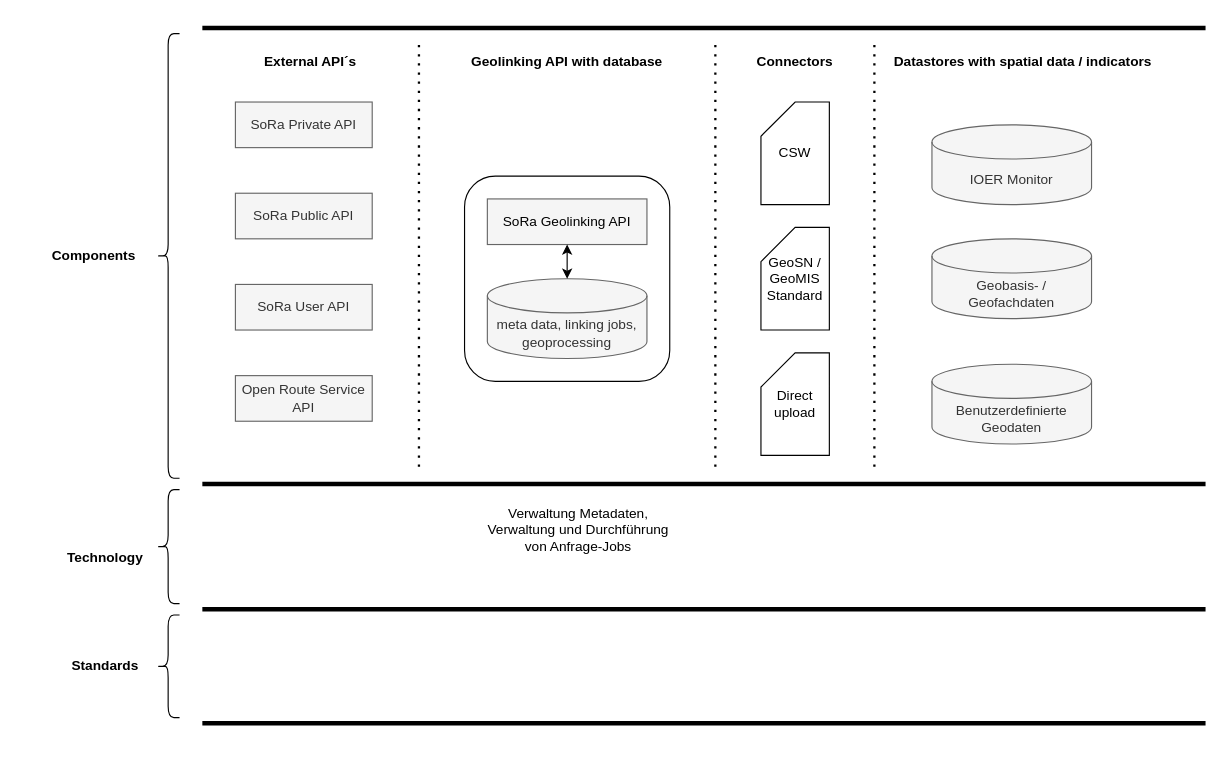
Earlier version of the draw.io diagram sora/sora_geolinking_network_v3.drawio (traveller195/draw_io). Source tidied: cells renumbered, new cells numbered last; positions are measured from the earlier drawing's top-left corner, leaving out a move shared by most shapes. Both pictures are drawn from the tidied source at 114%, with x=0, y=0 at pixel (31, 22).
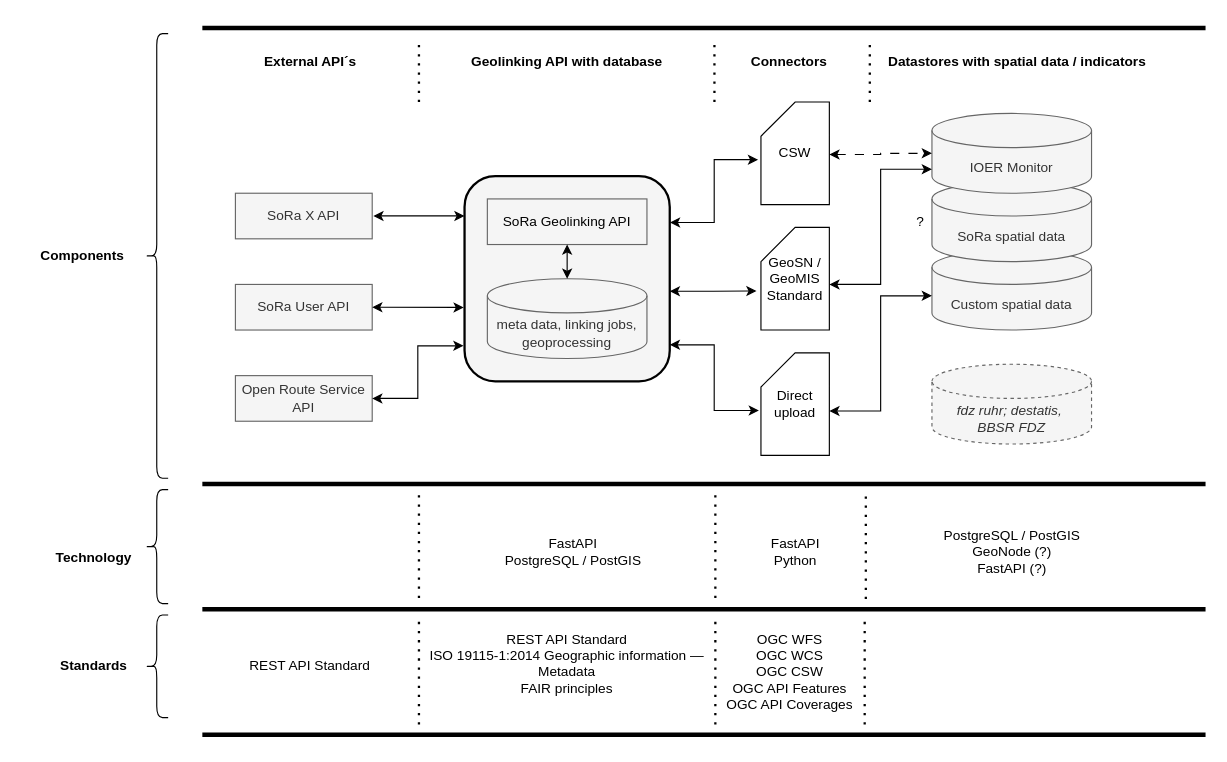
After the change.

The change refers to these unchanged cells:
```xml
<mxCell id="6" value="SoRa User API" style="rounded=0;whiteSpace=wrap;html=1;fillColor=#f5f5f5;fontColor=#333333;strokeColor=#666666;" parent="1" vertex="1">
  <mxGeometry x="179" y="230" width="120" height="40" as="geometry" />
</mxCell>
<mxCell id="7" value="Open Route Service API" style="rounded=0;whiteSpace=wrap;html=1;fillColor=#f5f5f5;fontColor=#333333;strokeColor=#666666;" parent="1" vertex="1">
  <mxGeometry x="179" y="310" width="120" height="40" as="geometry" />
</mxCell>
<mxCell id="20" value="CSW" style="shape=card;whiteSpace=wrap;html=1;" parent="1" vertex="1">
  <mxGeometry x="640" y="70" width="60" height="90" as="geometry" />
</mxCell>
<mxCell id="21" value="GeoSN / GeoMIS Standard" style="shape=card;whiteSpace=wrap;html=1;" parent="1" vertex="1">
  <mxGeometry x="640" y="180" width="60" height="90" as="geometry" />
</mxCell>
<mxCell id="22" value="Direct upload" style="shape=card;whiteSpace=wrap;html=1;" parent="1" vertex="1">
  <mxGeometry x="640" y="290" width="60" height="90" as="geometry" />
</mxCell>
```

Change to the diagram source:
```diff
@@
+    <mxCell id="34" value="Custom spatial data" style="shape=cylinder3;whiteSpace=wrap;html=1;boundedLbl=1;backgroundOutline=1;size=15;fillColor=#f5f5f5;fontColor=#333333;strokeColor=#666666;" parent="1" vertex="1">
+      <mxGeometry x="790" y="200" width="140" height="70" as="geometry" />
+    </mxCell>
-    <mxCell id="2" style="rounded=1;whiteSpace=wrap;html=1;fillColor=none;" parent="1" vertex="1">
+    <mxCell id="2" style="rounded=1;whiteSpace=wrap;html=1;fillColor=#F5F5F5;strokeWidth=2;" parent="1" vertex="1">
       <mxGeometry x="380" y="135" width="180" height="180" as="geometry" />
     </mxCell>
-    <mxCell id="3" value="Benutzerdefinierte Geodaten" style="shape=cylinder3;whiteSpace=wrap;html=1;boundedLbl=1;backgroundOutline=1;size=15;fillColor=#f5f5f5;fontColor=#333333;strokeColor=#666666;" parent="1" vertex="1">
+    <mxCell id="3" value="&lt;div&gt;&lt;i&gt;fdz ruhr; destatis,&amp;nbsp;&lt;/i&gt;&lt;/div&gt;&lt;div&gt;&lt;i&gt;BBSR FDZ&lt;/i&gt;&lt;/div&gt;" style="shape=cylinder3;whiteSpace=wrap;html=1;boundedLbl=1;backgroundOutline=1;size=15;fillColor=#f5f5f5;fontColor=#333333;strokeColor=#666666;dashed=1;" parent="1" vertex="1">
       <mxGeometry x="790" y="300" width="140" height="70" as="geometry" />
     </mxCell>
-    <mxCell id="4" value="SoRa Private API" style="rounded=0;whiteSpace=wrap;html=1;fillColor=#f5f5f5;fontColor=#333333;strokeColor=#666666;" parent="1" vertex="1">
-      <mxGeometry x="179" y="70" width="120" height="40" as="geometry" />
-    </mxCell>
-    <mxCell id="5" value="SoRa Public API" style="rounded=0;whiteSpace=wrap;html=1;fillColor=#f5f5f5;fontColor=#333333;strokeColor=#666666;" parent="1" vertex="1">
+    <mxCell id="5" value="SoRa X API" style="rounded=0;whiteSpace=wrap;html=1;fillColor=#f5f5f5;fontColor=#333333;strokeColor=#666666;" parent="1" vertex="1">
       <mxGeometry x="179" y="150" width="120" height="40" as="geometry" />
     </mxCell>
@@
-    <mxCell id="9" value="Geobasis- / Geofachdaten" style="shape=cylinder3;whiteSpace=wrap;html=1;boundedLbl=1;backgroundOutline=1;size=15;fillColor=#f5f5f5;fontColor=#333333;strokeColor=#666666;" parent="1" vertex="1">
-      <mxGeometry x="790" y="190" width="140" height="70" as="geometry" />
+    <mxCell id="9" value="SoRa spatial data" style="shape=cylinder3;whiteSpace=wrap;html=1;boundedLbl=1;backgroundOutline=1;size=15;fillColor=#f5f5f5;fontColor=#333333;strokeColor=#666666;" parent="1" vertex="1">
+      <mxGeometry x="790" y="140" width="140" height="70" as="geometry" />
     </mxCell>
     <mxCell id="10" value="IOER Monitor" style="shape=cylinder3;whiteSpace=wrap;html=1;boundedLbl=1;backgroundOutline=1;size=15;fillColor=#f5f5f5;fontColor=#333333;strokeColor=#666666;" parent="1" vertex="1">
-      <mxGeometry x="790" y="90" width="140" height="70" as="geometry" />
+      <mxGeometry x="790" y="80" width="140" height="70" as="geometry" />
     </mxCell>
@@
-    <mxCell id="12" value="&lt;div&gt;Verwaltung Metadaten,&lt;/div&gt;&lt;div&gt;Verwaltung und Durchführung von Anfrage-Jobs&lt;/div&gt;" style="text;html=1;strokeColor=none;fillColor=none;align=center;verticalAlign=middle;whiteSpace=wrap;rounded=0;" parent="1" vertex="1">
-      <mxGeometry x="390" y="430" width="180" height="30" as="geometry" />
+    <mxCell id="12" value="&lt;div&gt;FastAPI&lt;/div&gt;&lt;div&gt;Python&lt;br&gt;&lt;/div&gt;" style="text;html=1;strokeColor=none;fillColor=none;align=center;verticalAlign=middle;whiteSpace=wrap;rounded=0;" parent="1" vertex="1">
+      <mxGeometry x="604.5" y="450" width="131" height="30" as="geometry" />
     </mxCell>
@@
-    <mxCell id="16" style="endArrow=none;dashed=1;html=1;dashPattern=1 3;strokeWidth=2;rounded=0;" parent="1" edge="1">
-      <mxGeometry relative="1" as="geometry">
-        <mxPoint x="600" y="390" as="sourcePoint" />
-        <mxPoint x="600" y="20" as="targetPoint" />
-      </mxGeometry>
-    </mxCell>
-    <mxCell id="17" style="endArrow=none;dashed=1;html=1;dashPattern=1 3;strokeWidth=2;rounded=0;" parent="1" edge="1">
-      <mxGeometry relative="1" as="geometry">
-        <mxPoint x="739.5" y="390" as="sourcePoint" />
-        <mxPoint x="739.5" y="20" as="targetPoint" />
-      </mxGeometry>
-    </mxCell>
     <mxCell id="18" value="Connectors" style="text;html=1;strokeColor=none;fillColor=none;align=center;verticalAlign=middle;whiteSpace=wrap;rounded=0;fontStyle=1;" parent="1" vertex="1">
-      <mxGeometry x="600" y="20" width="140" height="30" as="geometry" />
+      <mxGeometry x="600" y="20" width="130" height="30" as="geometry" />
     </mxCell>
     <mxCell id="19" value="Datastores with spatial data / indicators" style="text;html=1;strokeColor=none;fillColor=none;align=center;verticalAlign=middle;whiteSpace=wrap;rounded=0;fontStyle=1;" parent="1" vertex="1">
-      <mxGeometry x="740" y="20" width="260" height="30" as="geometry" />
+      <mxGeometry x="730" y="20" width="270" height="30" as="geometry" />
     </mxCell>
@@
-    <mxCell id="23" style="endArrow=none;dashed=1;html=1;dashPattern=1 3;strokeWidth=2;rounded=0;" parent="1" edge="1">
-      <mxGeometry relative="1" as="geometry">
-        <mxPoint x="340" y="390" as="sourcePoint" />
-        <mxPoint x="340" y="20" as="targetPoint" />
-      </mxGeometry>
-    </mxCell>
@@
     <mxCell id="27" style="line;strokeWidth=4;html=1;perimeter=backbonePerimeter;" parent="1" vertex="1">
-      <mxGeometry x="150" y="610" width="880" height="10" as="geometry" />
+      <mxGeometry x="150" y="620" width="880" height="10" as="geometry" />
     </mxCell>
     <mxCell id="28" style="shape=curlyBracket;whiteSpace=wrap;html=1;rounded=1;labelPosition=left;verticalLabelPosition=middle;align=right;verticalAlign=middle;" parent="1" vertex="1">
-      <mxGeometry x="110" y="10" width="20" height="390" as="geometry" />
+      <mxGeometry x="100" y="10" width="20" height="390" as="geometry" />
     </mxCell>
     <mxCell id="29" style="shape=curlyBracket;whiteSpace=wrap;html=1;rounded=1;labelPosition=left;verticalLabelPosition=middle;align=right;verticalAlign=middle;" parent="1" vertex="1">
-      <mxGeometry x="110" y="410" width="20" height="100" as="geometry" />
+      <mxGeometry x="100" y="410" width="20" height="100" as="geometry" />
     </mxCell>
     <mxCell id="30" style="shape=curlyBracket;whiteSpace=wrap;html=1;rounded=1;labelPosition=left;verticalLabelPosition=middle;align=right;verticalAlign=middle;" parent="1" vertex="1">
-      <mxGeometry x="110" y="520" width="20" height="90" as="geometry" />
+      <mxGeometry x="100" y="520" width="20" height="90" as="geometry" />
     </mxCell>
     <mxCell id="31" value="&lt;b&gt;Components&lt;/b&gt;" style="text;html=1;strokeColor=none;fillColor=none;align=center;verticalAlign=middle;whiteSpace=wrap;rounded=0;" parent="1" vertex="1">
-      <mxGeometry y="190" width="110" height="30" as="geometry" />
+      <mxGeometry x="-10" y="190" width="110" height="30" as="geometry" />
     </mxCell>
     <mxCell id="32" value="&lt;b&gt;Standards&lt;/b&gt;" style="text;html=1;strokeColor=none;fillColor=none;align=center;verticalAlign=middle;whiteSpace=wrap;rounded=0;" parent="1" vertex="1">
-      <mxGeometry x="10" y="550" width="110" height="30" as="geometry" />
+      <mxGeometry y="550" width="110" height="30" as="geometry" />
     </mxCell>
     <mxCell id="33" value="&lt;b&gt;Technology&lt;/b&gt;" style="text;html=1;strokeColor=none;fillColor=none;align=center;verticalAlign=middle;whiteSpace=wrap;rounded=0;" parent="1" vertex="1">
-      <mxGeometry x="10" y="455" width="110" height="30" as="geometry" />
+      <mxGeometry y="455" width="110" height="30" as="geometry" />
     </mxCell>
+    <mxCell id="35" value="&lt;div&gt;REST API Standard&lt;/div&gt;&lt;div&gt;ISO 19115-1:2014 Geographic information — Metadata&lt;/div&gt;&lt;div&gt;FAIR principles&lt;br&gt;&lt;/div&gt;&lt;div&gt;&lt;br&gt;&lt;/div&gt;" style="text;html=1;strokeColor=none;fillColor=none;align=center;verticalAlign=middle;whiteSpace=wrap;rounded=0;" parent="1" vertex="1">
+      <mxGeometry x="340" y="540" width="260" height="60" as="geometry" />
+    </mxCell>
+    <mxCell id="36" value="&lt;div&gt;FastAPI&lt;/div&gt;&lt;div&gt;PostgreSQL / PostGIS&lt;br&gt;&lt;/div&gt;" style="text;html=1;strokeColor=none;fillColor=none;align=center;verticalAlign=middle;whiteSpace=wrap;rounded=0;" parent="1" vertex="1">
+      <mxGeometry x="410" y="450" width="131" height="30" as="geometry" />
+    </mxCell>
+    <mxCell id="37" value="&lt;div&gt;PostgreSQL / PostGIS&lt;/div&gt;&lt;div&gt;GeoNode (?)&lt;br&gt;FastAPI (?)&lt;br&gt;&lt;/div&gt;" style="text;html=1;strokeColor=none;fillColor=none;align=center;verticalAlign=middle;whiteSpace=wrap;rounded=0;" parent="1" vertex="1">
+      <mxGeometry x="794.5" y="450" width="131" height="30" as="geometry" />
+    </mxCell>
+    <mxCell id="38" value="&lt;div&gt;OGC WFS&lt;/div&gt;&lt;div&gt;OGC WCS&lt;/div&gt;&lt;div&gt;OGC CSW&lt;/div&gt;&lt;div&gt;OGC API Features&lt;/div&gt;&lt;div&gt;OGC API Coverages&lt;br&gt;&lt;/div&gt;" style="text;html=1;strokeColor=none;fillColor=none;align=center;verticalAlign=middle;whiteSpace=wrap;rounded=0;" parent="1" vertex="1">
+      <mxGeometry x="600" y="555" width="131" height="30" as="geometry" />
+    </mxCell>
+    <mxCell id="39" value="REST API Standard" style="text;html=1;strokeColor=none;fillColor=none;align=center;verticalAlign=middle;whiteSpace=wrap;rounded=0;" parent="1" vertex="1">
+      <mxGeometry x="179" y="550" width="131" height="30" as="geometry" />
+    </mxCell>
+    <mxCell id="40" style="endArrow=none;dashed=1;html=1;dashPattern=1 3;strokeWidth=2;rounded=0;" parent="1" edge="1">
+      <mxGeometry relative="1" as="geometry">
+        <mxPoint x="340" y="505" as="sourcePoint" />
+        <mxPoint x="340" y="415" as="targetPoint" />
+      </mxGeometry>
+    </mxCell>
+    <mxCell id="41" style="endArrow=none;dashed=1;html=1;dashPattern=1 3;strokeWidth=2;rounded=0;" parent="1" edge="1">
+      <mxGeometry relative="1" as="geometry">
+        <mxPoint x="600" y="505" as="sourcePoint" />
+        <mxPoint x="600" y="415" as="targetPoint" />
+      </mxGeometry>
+    </mxCell>
+    <mxCell id="42" style="endArrow=none;dashed=1;html=1;dashPattern=1 3;strokeWidth=2;rounded=0;" parent="1" edge="1">
+      <mxGeometry relative="1" as="geometry">
+        <mxPoint x="732" y="506" as="sourcePoint" />
+        <mxPoint x="732" y="416" as="targetPoint" />
+      </mxGeometry>
+    </mxCell>
+    <mxCell id="43" style="endArrow=none;dashed=1;html=1;dashPattern=1 3;strokeWidth=2;rounded=0;" parent="1" edge="1">
+      <mxGeometry relative="1" as="geometry">
+        <mxPoint x="600" y="616" as="sourcePoint" />
+        <mxPoint x="600" y="526" as="targetPoint" />
+      </mxGeometry>
+    </mxCell>
+    <mxCell id="44" style="endArrow=none;dashed=1;html=1;dashPattern=1 3;strokeWidth=2;rounded=0;" parent="1" edge="1">
+      <mxGeometry relative="1" as="geometry">
+        <mxPoint x="731" y="616" as="sourcePoint" />
+        <mxPoint x="731" y="526" as="targetPoint" />
+      </mxGeometry>
+    </mxCell>
+    <mxCell id="45" style="endArrow=none;dashed=1;html=1;dashPattern=1 3;strokeWidth=2;rounded=0;" parent="1" edge="1">
+      <mxGeometry relative="1" as="geometry">
+        <mxPoint x="340" y="616" as="sourcePoint" />
+        <mxPoint x="340" y="526" as="targetPoint" />
+      </mxGeometry>
+    </mxCell>
+    <mxCell id="46" style="endArrow=classic;startArrow=classic;html=1;rounded=0;exitX=1;exitY=0.5;exitDx=0;exitDy=0;entryX=-0.004;entryY=0.64;entryDx=0;entryDy=0;entryPerimeter=0;" parent="1" edge="1" source="6" target="2">
+      <mxGeometry relative="1" as="geometry" />
+    </mxCell>
+    <mxCell id="47" style="endArrow=classic;startArrow=classic;html=1;rounded=0;exitX=1;exitY=0.5;exitDx=0;exitDy=0;entryX=-0.004;entryY=0.64;entryDx=0;entryDy=0;entryPerimeter=0;" parent="1" edge="1">
+      <mxGeometry relative="1" as="geometry">
+        <mxPoint x="300" y="169.9" as="sourcePoint" />
+        <mxPoint x="380" y="169.9" as="targetPoint" />
+      </mxGeometry>
+    </mxCell>
+    <mxCell id="48" style="edgeStyle=elbowEdgeStyle;elbow=horizontal;endArrow=classic;html=1;curved=0;rounded=0;endSize=6;startSize=6;exitX=1;exitY=0.5;exitDx=0;exitDy=0;entryX=-0.005;entryY=0.827;entryDx=0;entryDy=0;entryPerimeter=0;startArrow=classic;startFill=1;" parent="1" edge="1" source="7" target="2">
+      <mxGeometry relative="1" as="geometry" />
+    </mxCell>
+    <mxCell id="49" style="edgeStyle=elbowEdgeStyle;elbow=horizontal;endArrow=classic;html=1;curved=0;rounded=0;endSize=6;startSize=6;exitX=1.001;exitY=0.226;exitDx=0;exitDy=0;startArrow=classic;startFill=1;exitPerimeter=0;entryX=-0.042;entryY=0.562;entryDx=0;entryDy=0;entryPerimeter=0;" parent="1" edge="1" source="2" target="20">
+      <mxGeometry relative="1" as="geometry" />
+    </mxCell>
+    <mxCell id="50" style="edgeStyle=elbowEdgeStyle;elbow=horizontal;endArrow=classic;html=1;curved=0;rounded=0;endSize=6;startSize=6;exitX=1;exitY=0.5;exitDx=0;exitDy=0;entryX=-0.065;entryY=0.619;entryDx=0;entryDy=0;entryPerimeter=0;startArrow=classic;startFill=1;" parent="1" edge="1" target="21">
+      <mxGeometry relative="1" as="geometry">
+        <mxPoint x="560" y="236" as="sourcePoint" />
+      </mxGeometry>
+    </mxCell>
+    <mxCell id="51" style="edgeStyle=elbowEdgeStyle;elbow=horizontal;endArrow=classic;html=1;curved=0;rounded=0;endSize=6;startSize=6;exitX=1;exitY=0.5;exitDx=0;exitDy=0;entryX=-0.03;entryY=0.562;entryDx=0;entryDy=0;entryPerimeter=0;startArrow=classic;startFill=1;" parent="1" edge="1" target="22">
+      <mxGeometry relative="1" as="geometry">
+        <mxPoint x="560" y="283" as="sourcePoint" />
+      </mxGeometry>
+    </mxCell>
+    <mxCell id="52" style="edgeStyle=elbowEdgeStyle;elbow=horizontal;endArrow=classic;html=1;curved=0;rounded=0;endSize=6;startSize=6;exitX=1;exitY=0.5;exitDx=0;exitDy=0;startArrow=classic;startFill=1;" parent="1" edge="1">
+      <mxGeometry relative="1" as="geometry">
+        <mxPoint x="700" y="341" as="sourcePoint" />
+        <mxPoint x="790" y="240" as="targetPoint" />
+      </mxGeometry>
+    </mxCell>
+    <mxCell id="53" style="edgeStyle=elbowEdgeStyle;elbow=horizontal;endArrow=classic;html=1;curved=0;rounded=0;endSize=6;startSize=6;exitX=1;exitY=0.5;exitDx=0;exitDy=0;entryX=0;entryY=0.5;entryDx=0;entryDy=0;entryPerimeter=0;startArrow=classic;startFill=1;dashed=1;dashPattern=8 8;" parent="1" edge="1" target="10">
+      <mxGeometry relative="1" as="geometry">
+        <mxPoint x="700" y="116" as="sourcePoint" />
+      </mxGeometry>
+    </mxCell>
+    <mxCell id="54" style="edgeStyle=elbowEdgeStyle;elbow=horizontal;endArrow=classic;html=1;curved=0;rounded=0;endSize=6;startSize=6;exitX=1;exitY=0.5;exitDx=0;exitDy=0;startArrow=classic;startFill=1;" parent="1" edge="1">
+      <mxGeometry relative="1" as="geometry">
+        <mxPoint x="700" y="230" as="sourcePoint" />
+        <mxPoint x="790" y="129" as="targetPoint" />
+      </mxGeometry>
+    </mxCell>
+    <mxCell id="55" value="?" style="text;html=1;strokeColor=none;fillColor=none;align=center;verticalAlign=middle;whiteSpace=wrap;rounded=0;" parent="1" vertex="1">
+      <mxGeometry x="764.5" y="160" width="30" height="30" as="geometry" />
+    </mxCell>
+    <mxCell id="56" style="endArrow=none;dashed=1;html=1;dashPattern=1 3;strokeWidth=2;rounded=0;" parent="1" edge="1">
+      <mxGeometry relative="1" as="geometry">
+        <mxPoint x="340" y="70" as="sourcePoint" />
+        <mxPoint x="340" y="20" as="targetPoint" />
+      </mxGeometry>
+    </mxCell>
+    <mxCell id="57" style="endArrow=none;dashed=1;html=1;dashPattern=1 3;strokeWidth=2;rounded=0;" parent="1" edge="1">
+      <mxGeometry relative="1" as="geometry">
+        <mxPoint x="599.2" y="70" as="sourcePoint" />
+        <mxPoint x="599.2" y="20" as="targetPoint" />
+      </mxGeometry>
+    </mxCell>
+    <mxCell id="58" style="endArrow=none;dashed=1;html=1;dashPattern=1 3;strokeWidth=2;rounded=0;" parent="1" edge="1">
+      <mxGeometry relative="1" as="geometry">
+        <mxPoint x="735.5" y="70" as="sourcePoint" />
+        <mxPoint x="735.5" y="20" as="targetPoint" />
+      </mxGeometry>
+    </mxCell>
```
